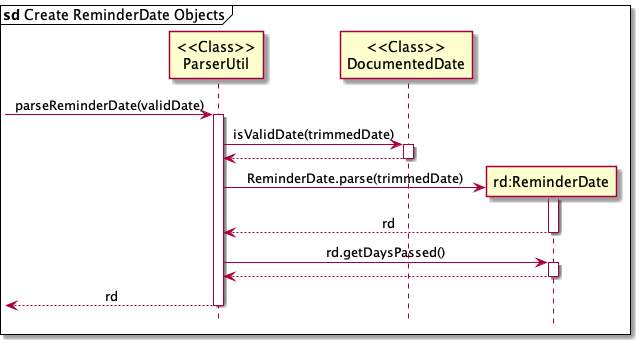
The PlantUML diagram docs/images/ReminderDateCreationSequenceDiagram.png in pyk595/tp, before a commit.
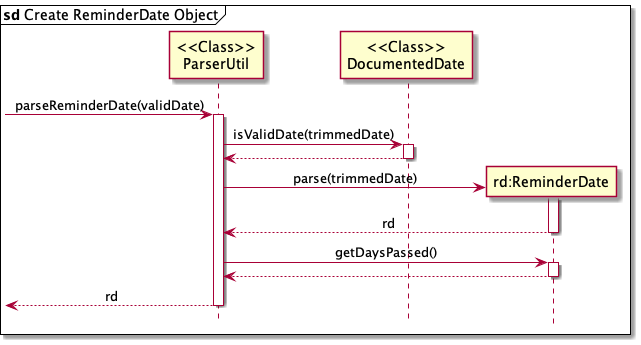
After the commit.

Change to the diagram source:
```diff
@@ -1,6 +1,6 @@
 @startuml
 
-mainframe **sd** Create ReminderDate Objects
+mainframe **sd** Create ReminderDate Object
 hide footbox
 
 skinparam Sequence {
@@ -24,13 +24,13 @@
 deactivate dd
 
 Create rd
-util -> rd: ReminderDate.parse(trimmedDate)
+util -> rd: parse(trimmedDate)
 activate rd
 
 rd --> util: rd
 deactivate rd
 
-util -> rd: rd.getDaysPassed()
+util -> rd: getDaysPassed()
 activate rd
 rd --> util
 deactivate rd
```
